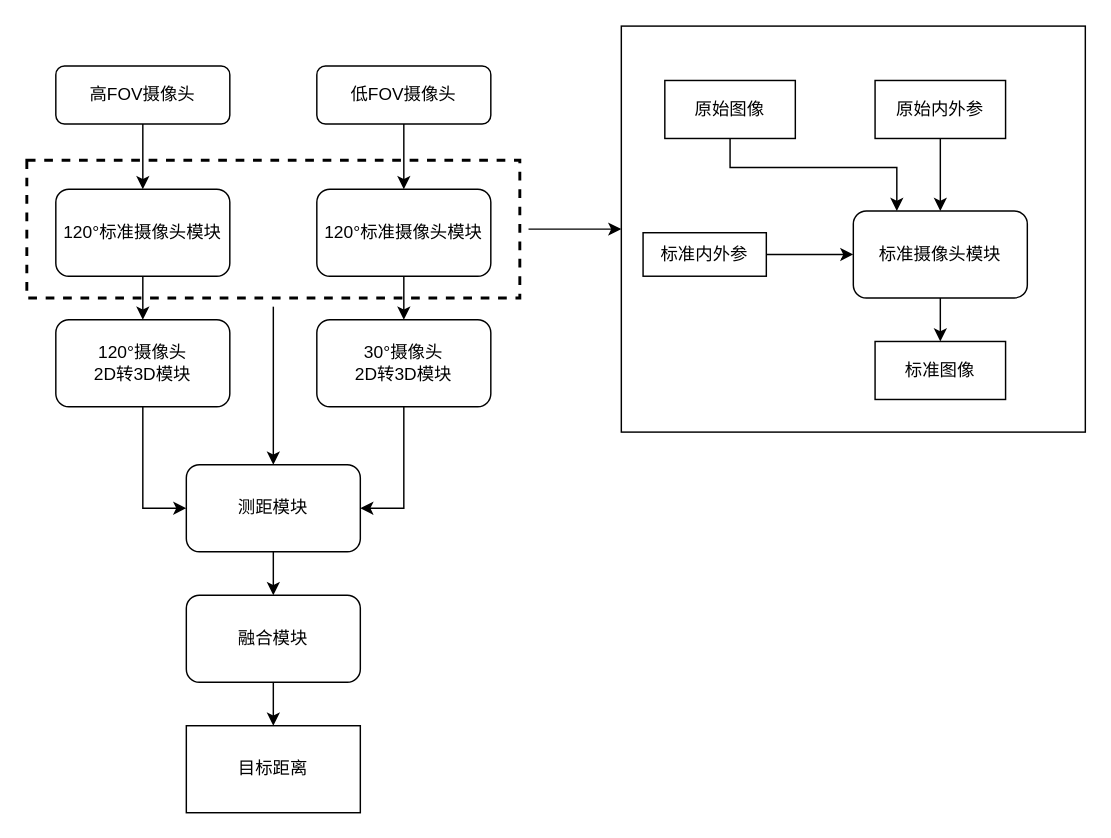
windmakeppcool/liangly.github.io keeps this draw.io diagram as 双目视觉感知专利流程图.drawio. Above is the earlier version. Source tidied: cells renumbered, new cells numbered last; positions are measured from the earlier drawing's top-left corner, leaving out a move shared by most shapes. Both pictures are drawn from the tidied source at 145%, with x=0, y=0 at pixel (26, 25).
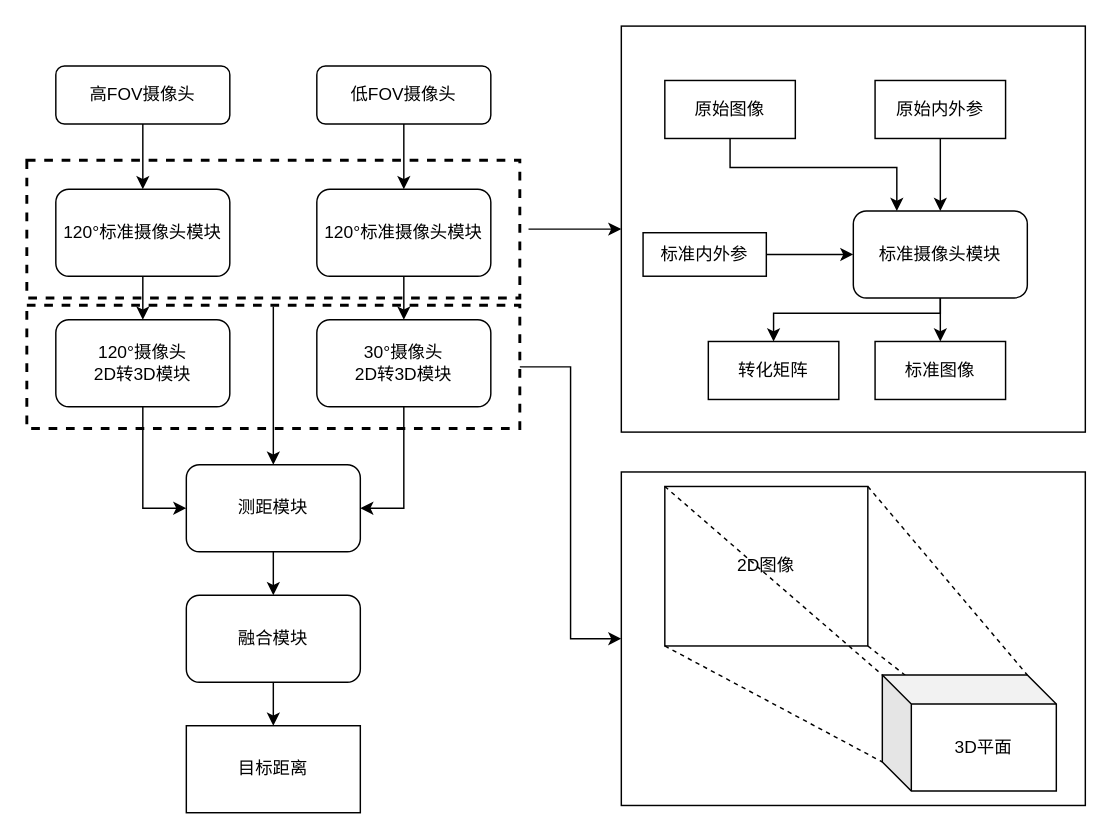
After the change.

Commit message:
更新双目视觉感知专利流程图.drawio

Unchanged cells that the change refers to:
```xml
<mxCell id="2" style="group;" parent="1" vertex="1">
  <mxGeometry x="20" y="28" width="320" height="515" as="geometry" />
</mxCell>
<mxCell id="23" style="group;" parent="1" vertex="1">
  <mxGeometry x="410" y="0.5" width="320" height="280" as="geometry" />
</mxCell>
<mxCell id="25" value="标准摄像头模块" style="rounded=1;whiteSpace=wrap;html=1;" parent="23" vertex="1">
  <mxGeometry x="160" y="127.5" width="120" height="60" as="geometry" />
</mxCell>
```

The edit, as a diff of the source:
```diff
@@
+    <mxCell id="34" style="rounded=0;whiteSpace=wrap;html=1;" parent="1" vertex="1">
+      <mxGeometry x="410" y="308" width="320" height="230" as="geometry" />
+    </mxCell>
@@
+    <mxCell id="35" style="rounded=0;whiteSpace=wrap;html=1;strokeColor=default;dashed=1;strokeWidth=2;" parent="2" vertex="1">
+      <mxGeometry x="-20" y="165" width="340" height="85" as="geometry" />
+    </mxCell>
@@
+    <mxCell id="36" style="edgeStyle=orthogonalEdgeStyle;rounded=0;jettySize=auto;html=1;" parent="23" edge="1" source="25" target="37">
+      <mxGeometry relative="1" as="geometry">
+        <Array as="points">
+          <mxPoint x="220" y="198" />
+          <mxPoint x="105" y="198" />
+        </Array>
+      </mxGeometry>
+    </mxCell>
@@
+    <mxCell id="37" value="转化矩阵" style="rounded=0;whiteSpace=wrap;html=1;" parent="23" vertex="1">
+      <mxGeometry x="60" y="217.5" width="90" height="40" as="geometry" />
+    </mxCell>
+    <mxCell id="38" style="group;" parent="1" vertex="1">
+      <mxGeometry x="440" y="318" width="270" height="210" as="geometry" />
+    </mxCell>
+    <mxCell id="39" style="endArrow=none;html=1;rounded=0;exitX=1;exitY=0;exitDx=0;exitDy=0;entryX=0.976;entryY=0.995;entryDx=0;entryDy=0;entryPerimeter=0;dashed=1;" parent="38" edge="1" target="41">
+      <mxGeometry relative="1" as="geometry">
+        <mxPoint x="140" y="110" as="sourcePoint" />
+      </mxGeometry>
+    </mxCell>
+    <mxCell id="40" value="2D图像" style="rounded=0;whiteSpace=wrap;html=1;" parent="38" vertex="1">
+      <mxGeometry width="140" height="110" as="geometry" />
+    </mxCell>
+    <mxCell id="41" value="3D平面" style="shape=cube;whiteSpace=wrap;html=1;boundedLbl=1;backgroundOutline=1;darkOpacity=0.05;darkOpacity2=0.1;" parent="38" vertex="1">
+      <mxGeometry x="150" y="130" width="120" height="80" as="geometry" />
+    </mxCell>
+    <mxCell id="42" style="endArrow=none;html=1;rounded=0;exitX=1;exitY=0;exitDx=0;exitDy=0;entryX=0;entryY=0;entryDx=100;entryDy=0;entryPerimeter=0;dashed=1;" parent="38" edge="1" source="40" target="41">
+      <mxGeometry relative="1" as="geometry" />
+    </mxCell>
+    <mxCell id="43" style="endArrow=none;html=1;rounded=0;exitX=1;exitY=0;exitDx=0;exitDy=0;entryX=0;entryY=0;entryDx=0;entryDy=0;entryPerimeter=0;dashed=1;" parent="38" edge="1" target="41">
+      <mxGeometry relative="1" as="geometry">
+        <mxPoint as="sourcePoint" />
+      </mxGeometry>
+    </mxCell>
+    <mxCell id="44" style="endArrow=none;html=1;rounded=0;exitX=1;exitY=0;exitDx=0;exitDy=0;entryX=0;entryY=0;entryDx=0;entryDy=60;entryPerimeter=0;dashed=1;" parent="38" edge="1" target="41">
+      <mxGeometry relative="1" as="geometry">
+        <mxPoint y="110" as="sourcePoint" />
+      </mxGeometry>
+    </mxCell>
+    <mxCell id="45" style="edgeStyle=orthogonalEdgeStyle;rounded=0;jettySize=auto;html=1;entryX=0;entryY=0.5;entryDx=0;entryDy=0;" parent="1" edge="1" source="35" target="34">
+      <mxGeometry relative="1" as="geometry" />
+    </mxCell>
```
